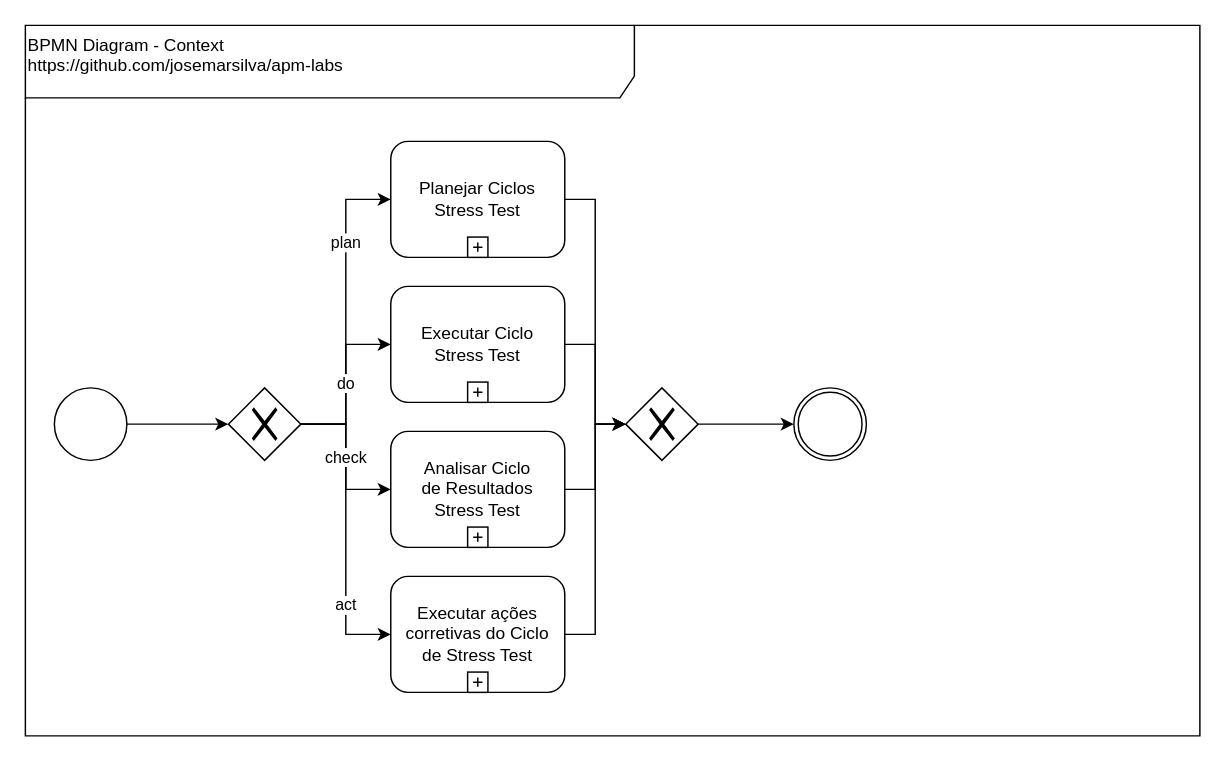
This is doc/BpmnDiagram-Context.drawio from josemarsilva/apm-labs, a draw.io file, before an edit. Source tidied: cells renumbered, new cells numbered last; positions are measured from the earlier drawing's top-left corner, leaving out a move shared by most shapes. Both pictures are drawn from the tidied source at 145%, with x=0, y=0 at pixel (25, 25).
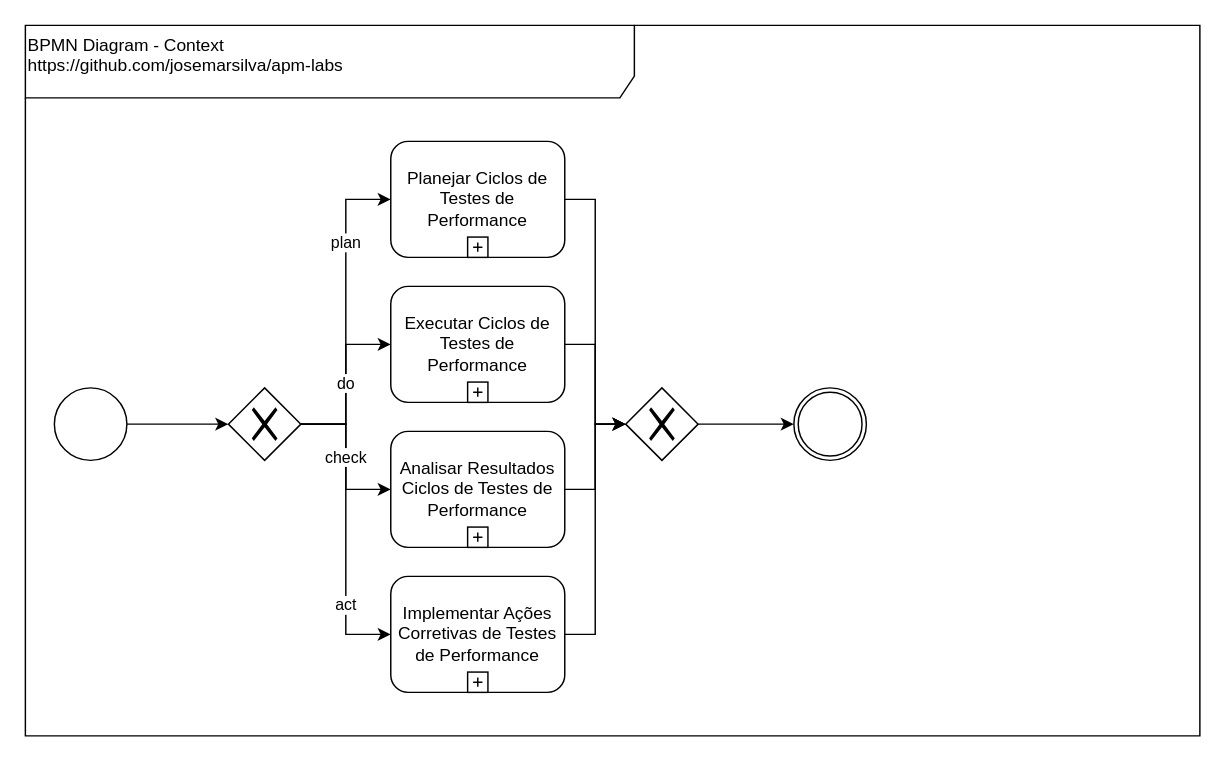
The same page after the edit.

Change to the diagram source:
```diff
@@
-    <mxCell id="13" value="Executar Ciclo&lt;br&gt;Stress Test" style="html=1;whiteSpace=wrap;rounded=1;align=center;" parent="1" vertex="1">
+    <mxCell id="13" value="Executar Ciclos de Testes de Performance" style="html=1;whiteSpace=wrap;rounded=1;align=center;" parent="1" vertex="1">
       <mxGeometry x="252" y="180" width="120" height="80" as="geometry" />
     </mxCell>
@@
-    <mxCell id="16" value="Analisar Ciclo &lt;br&gt;de Resultados&lt;br&gt;Stress Test" style="html=1;whiteSpace=wrap;rounded=1;align=center;" parent="1" vertex="1">
+    <mxCell id="16" value="Analisar Resultados Ciclos de Testes de Performance" style="html=1;whiteSpace=wrap;rounded=1;align=center;" parent="1" vertex="1">
       <mxGeometry x="252" y="280" width="120" height="80" as="geometry" />
     </mxCell>
@@
-    <mxCell id="19" value="Planejar Ciclos&lt;br&gt;Stress Test" style="html=1;whiteSpace=wrap;rounded=1;align=center;" parent="1" vertex="1">
+    <mxCell id="19" value="Planejar Ciclos de Testes de Performance" style="html=1;whiteSpace=wrap;rounded=1;align=center;" parent="1" vertex="1">
       <mxGeometry x="252" y="80" width="120" height="80" as="geometry" />
     </mxCell>
@@
-    <mxCell id="21" value="Executar ações corretivas do Ciclo&lt;br&gt;de Stress Test" style="html=1;whiteSpace=wrap;rounded=1;align=center;" parent="1" vertex="1">
+    <mxCell id="21" value="Implementar Ações Corretivas de Testes de Performance" style="html=1;whiteSpace=wrap;rounded=1;align=center;" parent="1" vertex="1">
       <mxGeometry x="252" y="380" width="120" height="80" as="geometry" />
     </mxCell>
```
